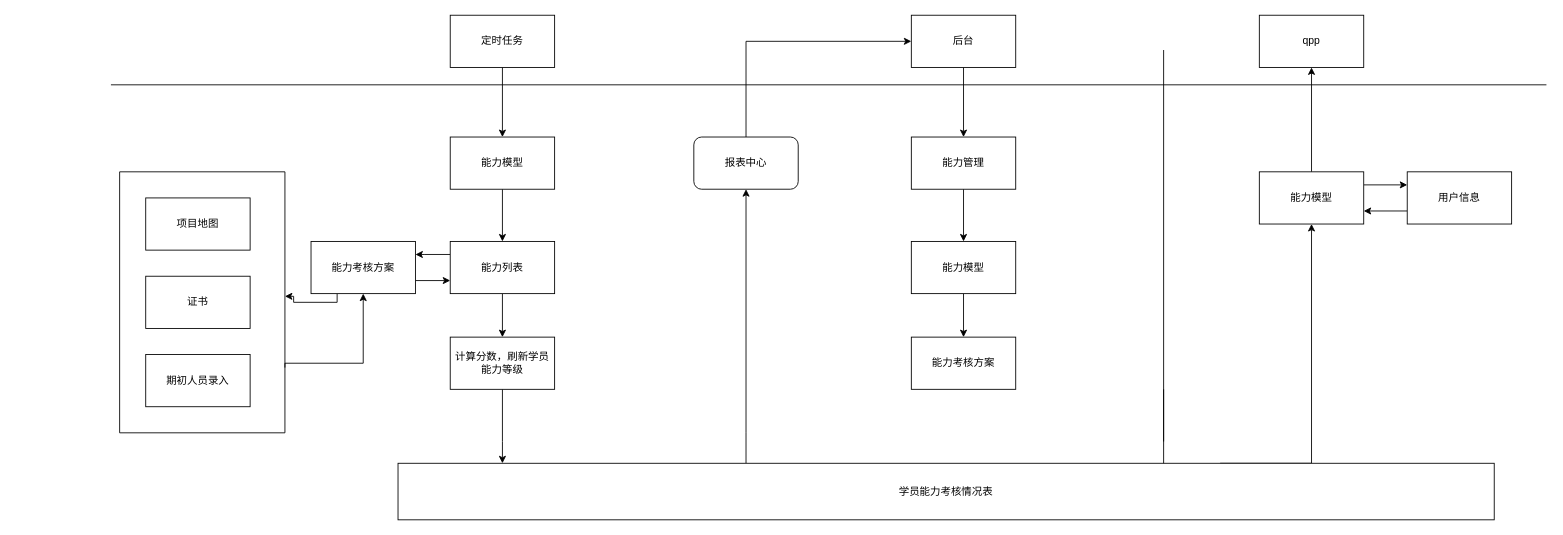
Earlier version of the draw.io diagram exe/EXEPD-90418.drawio (w849027724/draw_files). Source tidied: cells renumbered, new cells numbered last; positions are measured from the earlier drawing's top-left corner, leaving out a move shared by most shapes. Both pictures are drawn from the tidied source at 87%, with x=0, y=0 at pixel (110, 15).
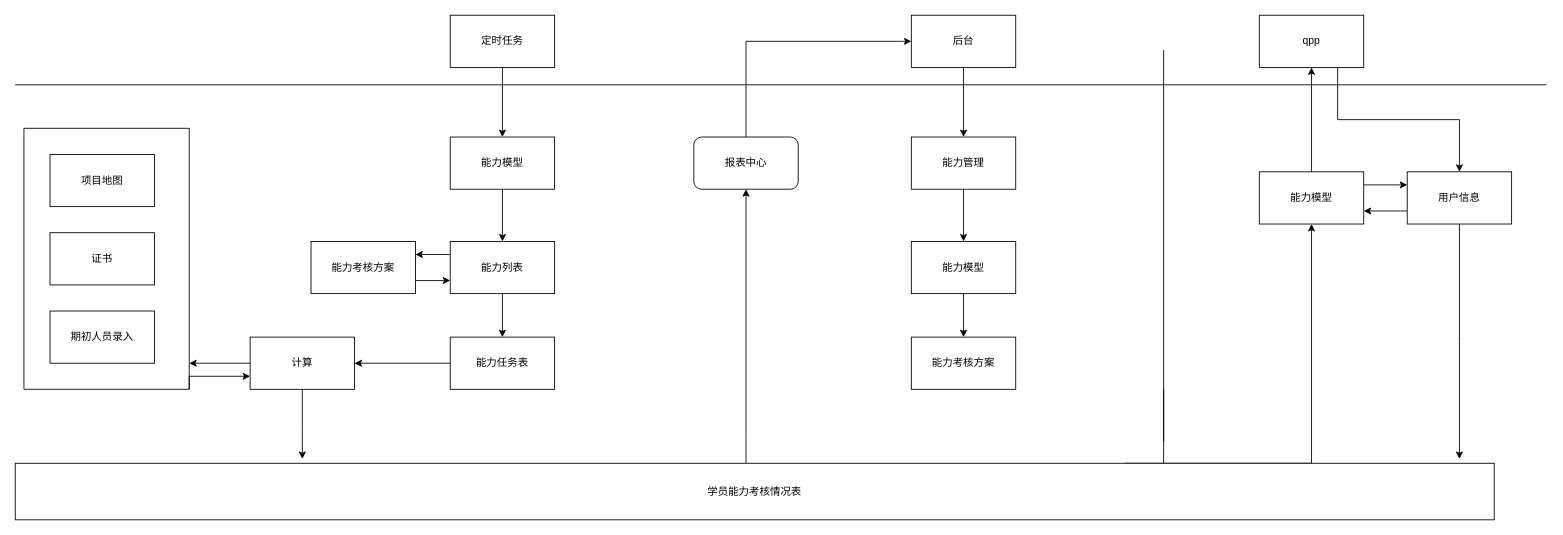
The same page after the edit.

Unchanged cells that the change refers to:
```xml
<mxCell id="15" value="qpp" style="rounded=0;whiteSpace=wrap;html=1;" parent="1" vertex="1">
  <mxGeometry x="1320" width="120" height="60" as="geometry" />
</mxCell>
<mxCell id="25" value="能力列表" style="rounded=0;whiteSpace=wrap;html=1;" parent="1" vertex="1">
  <mxGeometry x="390" y="260" width="120" height="60" as="geometry" />
</mxCell>
<mxCell id="31" value="用户信息" style="rounded=0;whiteSpace=wrap;html=1;" parent="1" vertex="1">
  <mxGeometry x="1490" y="180" width="120" height="60" as="geometry" />
</mxCell>
<mxCell id="34" value="能力考核方案" style="rounded=0;whiteSpace=wrap;html=1;" parent="1" vertex="1">
  <mxGeometry x="230" y="260" width="120" height="60" as="geometry" />
</mxCell>
```

The edit, as a diff of the source:
```diff
@@
     <mxCell id="2" style="endArrow=none;html=1;rounded=0;" parent="1" edge="1">
       <mxGeometry relative="1" as="geometry">
-        <mxPoint y="80" as="sourcePoint" />
+        <mxPoint x="-110" y="80" as="sourcePoint" />
         <mxPoint x="1650" y="80" as="targetPoint" />
       </mxGeometry>
     </mxCell>
@@
     <mxCell id="14" value="学员能力考核情况表" style="rounded=0;whiteSpace=wrap;html=1;" parent="1" vertex="1">
-      <mxGeometry x="330" y="515" width="1260" height="65" as="geometry" />
+      <mxGeometry x="-110" y="515" width="1700" height="65" as="geometry" />
     </mxCell>
+    <mxCell id="40" style="edgeStyle=orthogonalEdgeStyle;rounded=0;jettySize=auto;html=1;exitX=0.75;exitY=1;exitDx=0;exitDy=0;" parent="1" edge="1" source="15" target="31">
+      <mxGeometry relative="1" as="geometry" />
+    </mxCell>
@@
-    <mxCell id="23" style="edgeStyle=orthogonalEdgeStyle;rounded=0;jettySize=auto;html=1;exitX=0.5;exitY=1;exitDx=0;exitDy=0;" parent="1" edge="1" source="25" target="27">
-      <mxGeometry relative="1" as="geometry" />
-    </mxCell>
@@
+    <mxCell id="41" style="edgeStyle=orthogonalEdgeStyle;rounded=0;jettySize=auto;html=1;exitX=0.5;exitY=1;exitDx=0;exitDy=0;" parent="1" edge="1" source="25" target="45">
+      <mxGeometry relative="1" as="geometry" />
+    </mxCell>
@@
-    <mxCell id="26" style="edgeStyle=orthogonalEdgeStyle;rounded=0;jettySize=auto;html=1;" parent="1" edge="1" source="27" target="14">
-      <mxGeometry relative="1" as="geometry">
-        <Array as="points">
-          <mxPoint x="450" y="490" />
-          <mxPoint x="450" y="490" />
-        </Array>
-      </mxGeometry>
-    </mxCell>
-    <mxCell id="27" value="计算分数，刷新学员能力等级" style="rounded=0;whiteSpace=wrap;html=1;" parent="1" vertex="1">
-      <mxGeometry x="390" y="370" width="120" height="60" as="geometry" />
-    </mxCell>
@@
+    <mxCell id="42" style="edgeStyle=orthogonalEdgeStyle;rounded=0;jettySize=auto;html=1;" parent="1" edge="1" source="31">
+      <mxGeometry relative="1" as="geometry">
+        <mxPoint x="1550" y="510" as="targetPoint" />
+      </mxGeometry>
+    </mxCell>
@@
-    <mxCell id="33" style="edgeStyle=orthogonalEdgeStyle;rounded=0;jettySize=auto;html=1;exitX=0.25;exitY=1;exitDx=0;exitDy=0;entryX=1;entryY=0.477;entryDx=0;entryDy=0;entryPerimeter=0;" parent="1" edge="1" source="34" target="36">
-      <mxGeometry relative="1" as="geometry">
-        <Array as="points">
-          <mxPoint x="260" y="330" />
-          <mxPoint x="210" y="330" />
-          <mxPoint x="210" y="323" />
-        </Array>
-      </mxGeometry>
-    </mxCell>
@@
-    <mxCell id="35" style="edgeStyle=orthogonalEdgeStyle;rounded=0;jettySize=auto;html=1;exitX=1;exitY=0.75;exitDx=0;exitDy=0;entryX=0.5;entryY=1;entryDx=0;entryDy=0;" parent="1" edge="1" source="36" target="34">
-      <mxGeometry relative="1" as="geometry">
-        <Array as="points">
-          <mxPoint x="200" y="400" />
-          <mxPoint x="290" y="400" />
-        </Array>
-      </mxGeometry>
-    </mxCell>
+    <mxCell id="43" style="edgeStyle=orthogonalEdgeStyle;rounded=0;jettySize=auto;html=1;exitX=1;exitY=1;exitDx=0;exitDy=0;entryX=0;entryY=0.75;entryDx=0;entryDy=0;" parent="1" edge="1" source="36" target="48">
+      <mxGeometry relative="1" as="geometry">
+        <Array as="points">
+          <mxPoint x="90" y="415" />
+        </Array>
+      </mxGeometry>
+    </mxCell>
     <mxCell id="36" style="swimlane;startSize=0;" parent="1" vertex="1">
-      <mxGeometry x="10" y="180" width="190" height="300" as="geometry" />
+      <mxGeometry x="-100" y="130" width="190" height="300" as="geometry" />
     </mxCell>
@@
+    <mxCell id="44" style="edgeStyle=orthogonalEdgeStyle;rounded=0;jettySize=auto;html=1;exitX=0;exitY=0.5;exitDx=0;exitDy=0;entryX=1;entryY=0.5;entryDx=0;entryDy=0;" parent="1" edge="1" source="45" target="48">
+      <mxGeometry relative="1" as="geometry" />
+    </mxCell>
+    <mxCell id="45" value="能力任务表" style="rounded=0;whiteSpace=wrap;html=1;" parent="1" vertex="1">
+      <mxGeometry x="390" y="370" width="120" height="60" as="geometry" />
+    </mxCell>
+    <mxCell id="46" style="edgeStyle=orthogonalEdgeStyle;rounded=0;jettySize=auto;html=1;exitX=0.5;exitY=1;exitDx=0;exitDy=0;" parent="1" edge="1" source="48">
+      <mxGeometry relative="1" as="geometry">
+        <mxPoint x="220" y="510" as="targetPoint" />
+      </mxGeometry>
+    </mxCell>
+    <mxCell id="47" style="edgeStyle=orthogonalEdgeStyle;rounded=0;jettySize=auto;html=1;exitX=0;exitY=0.5;exitDx=0;exitDy=0;entryX=1;entryY=0.9;entryDx=0;entryDy=0;entryPerimeter=0;" parent="1" edge="1" source="48" target="36">
+      <mxGeometry relative="1" as="geometry" />
+    </mxCell>
+    <mxCell id="48" value="计算" style="rounded=0;whiteSpace=wrap;html=1;" parent="1" vertex="1">
+      <mxGeometry x="160" y="370" width="120" height="60" as="geometry" />
+    </mxCell>
```
